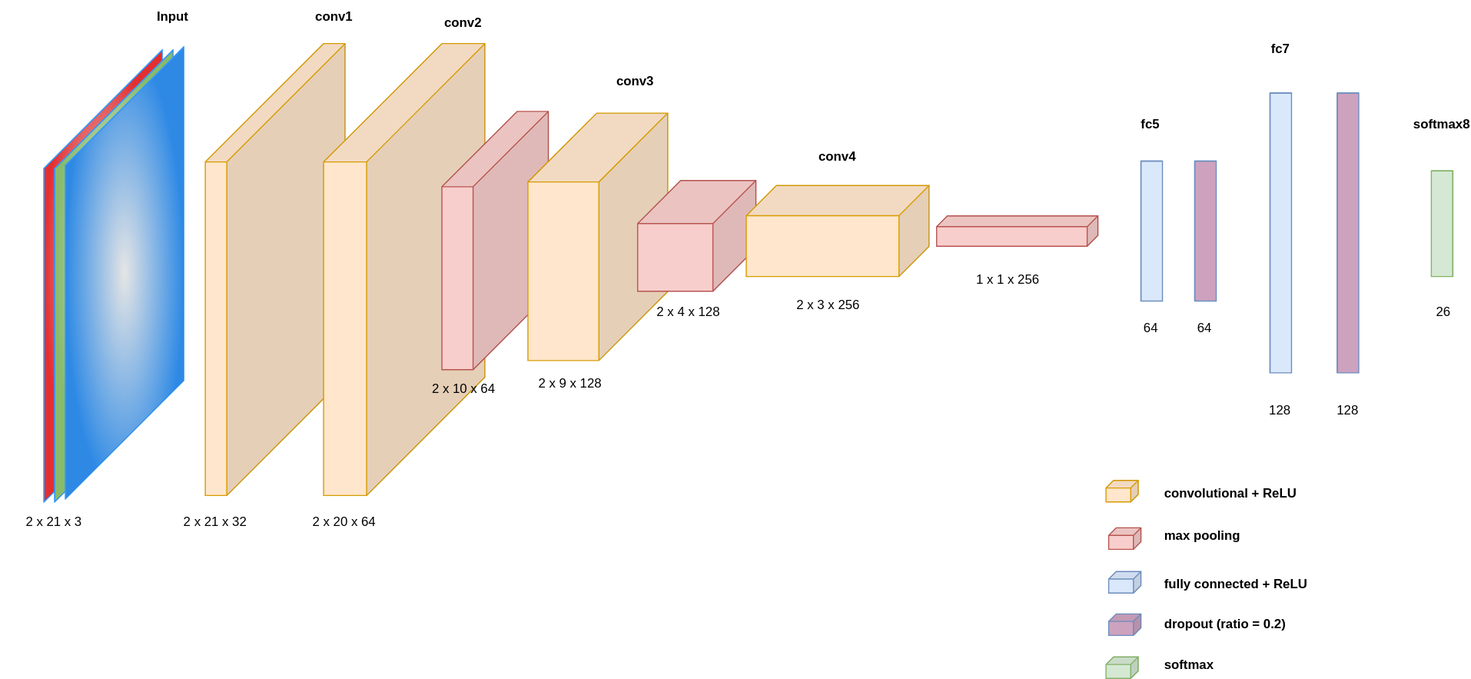
tiwarishubham635/Real-Time-Indian-Sign-Language-Recognition-and-Braille-Script-Translation keeps this draw.io diagram as architecture.svg. Above is the earlier version. Source tidied: cells renumbered, new cells last; positions are measured from the earlier drawing's top-left corner, leaving out a move shared by most shapes.
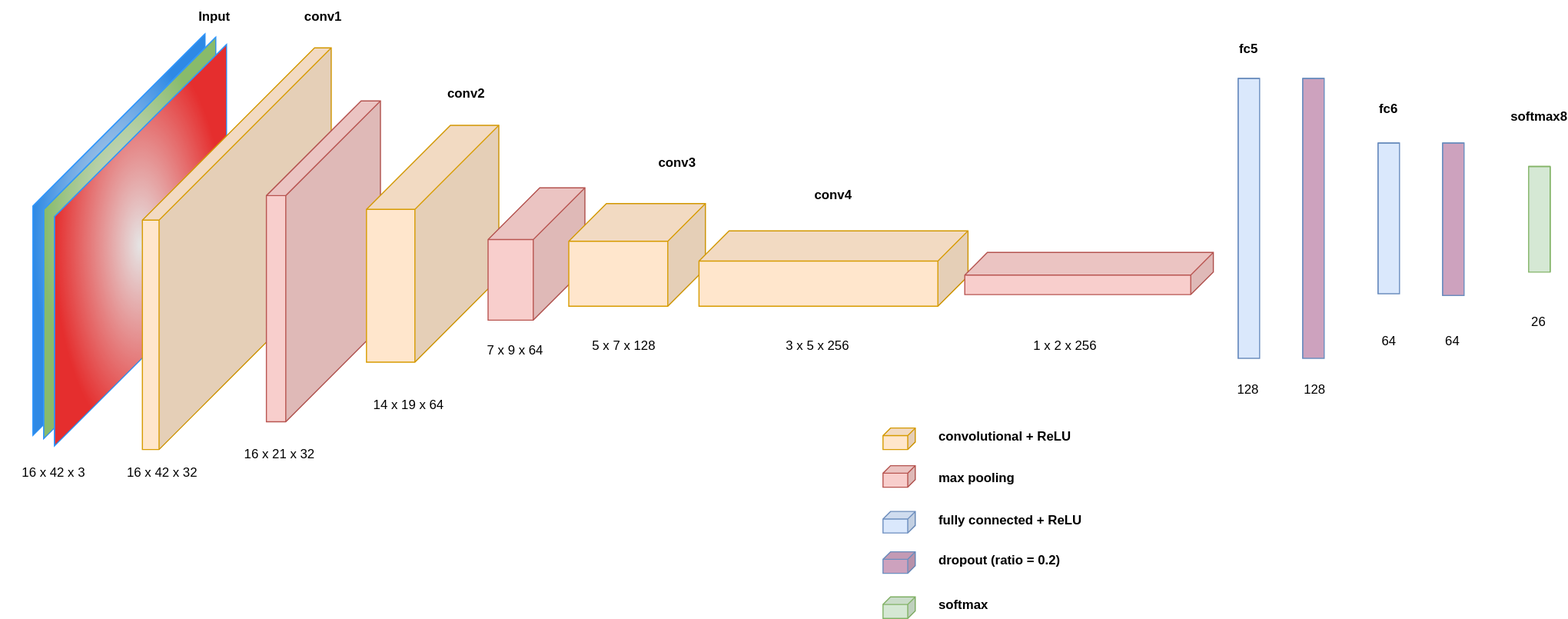
Above is the later version.

The edit, as a diff of the source:
```diff
@@ -4,94 +4,73 @@
     <mxCell id="1" parent="0" />
-    <mxCell id="2" style="shape=cube;whiteSpace=wrap;html=1;boundedLbl=1;backgroundOutline=1;darkOpacity=0.05;darkOpacity2=0.1;size=110;direction=east;flipH=1;fillColor=#ffe6cc;strokeColor=#d79b00;" parent="1" vertex="1">
-      <mxGeometry x="190" y="40" width="130" height="420" as="geometry" />
-    </mxCell>
-    <mxCell id="3" style="shape=cube;whiteSpace=wrap;html=1;boundedLbl=1;backgroundOutline=1;darkOpacity=0.05;darkOpacity2=0.1;size=110;direction=east;flipH=1;fillColor=#ffe6cc;strokeColor=#d79b00;" parent="1" vertex="1">
-      <mxGeometry x="300" y="40" width="150" height="420" as="geometry" />
-    </mxCell>
-    <mxCell id="4" style="shape=cube;whiteSpace=wrap;html=1;boundedLbl=1;backgroundOutline=1;darkOpacity=0.05;darkOpacity2=0.1;size=70;direction=east;flipH=1;fillColor=#f8cecc;strokeColor=#b85450;" parent="1" vertex="1">
-      <mxGeometry x="410" y="103.1" width="99" height="240" as="geometry" />
-    </mxCell>
-    <mxCell id="5" style="shape=cube;whiteSpace=wrap;html=1;boundedLbl=1;backgroundOutline=1;darkOpacity=0.05;darkOpacity2=0.1;size=64;direction=east;flipH=1;fillColor=#ffe6cc;strokeColor=#d79b00;" parent="1" vertex="1">
-      <mxGeometry x="490" y="104.6" width="130" height="229.9" as="geometry" />
-    </mxCell>
-    <mxCell id="6" style="shape=cube;whiteSpace=wrap;html=1;boundedLbl=1;backgroundOutline=1;darkOpacity=0.05;darkOpacity2=0.1;size=40;direction=east;flipH=1;fillColor=#f8cecc;strokeColor=#B85450;" parent="1" vertex="1">
-      <mxGeometry x="592" y="167.2" width="110" height="102.9" as="geometry" />
-    </mxCell>
-    <mxCell id="7" style="shape=cube;whiteSpace=wrap;html=1;boundedLbl=1;backgroundOutline=1;darkOpacity=0.05;darkOpacity2=0.1;size=28;direction=east;flipH=1;fillColor=#ffe6cc;strokeColor=#d79b00;" parent="1" vertex="1">
-      <mxGeometry x="693" y="171.9" width="170" height="84.6" as="geometry" />
-    </mxCell>
-    <mxCell id="8" style="shape=cube;whiteSpace=wrap;html=1;boundedLbl=1;backgroundOutline=1;darkOpacity=0.05;darkOpacity2=0.1;size=10;direction=east;flipH=1;fillColor=#F8CECC;strokeColor=#B85450;" parent="1" vertex="1">
-      <mxGeometry x="870" y="200.1" width="150" height="28.3" as="geometry" />
-    </mxCell>
     <mxCell id="9" style="shape=cube;whiteSpace=wrap;html=1;boundedLbl=1;backgroundOutline=1;darkOpacity=0.05;darkOpacity2=0.1;size=0;direction=south;flipH=1;fillColor=#dae8fc;strokeColor=#6c8ebf;" parent="1" vertex="1">
-      <mxGeometry x="1060" y="149.2" width="20" height="130" as="geometry" />
+      <mxGeometry x="1250" y="188.3" width="20" height="140" as="geometry" />
     </mxCell>
     <mxCell id="10" style="shape=cube;whiteSpace=wrap;html=1;boundedLbl=1;backgroundOutline=1;darkOpacity=0.05;darkOpacity2=0.1;size=7;direction=east;flipH=1;fillColor=#ffe6cc;strokeColor=#d79b00;" parent="1" vertex="1">
-      <mxGeometry x="1027.5" y="446" width="30" height="20" as="geometry" />
+      <mxGeometry x="790" y="453.1" width="30" height="20" as="geometry" />
     </mxCell>
     <mxCell id="11" style="shape=cube;whiteSpace=wrap;html=1;boundedLbl=1;backgroundOutline=1;darkOpacity=0.05;darkOpacity2=0.1;size=7;direction=east;flipH=1;fillColor=#f8cecc;strokeColor=#b85450;" parent="1" vertex="1">
-      <mxGeometry x="1030" y="490" width="30" height="20" as="geometry" />
+      <mxGeometry x="790" y="488.1" width="30" height="20" as="geometry" />
     </mxCell>
     <mxCell id="12" style="shape=cube;whiteSpace=wrap;html=1;boundedLbl=1;backgroundOutline=1;darkOpacity=0.05;darkOpacity2=0.1;size=7;direction=east;flipH=1;fillColor=#dae8fc;strokeColor=#6c8ebf;" parent="1" vertex="1">
-      <mxGeometry x="1030" y="530.6" width="30" height="20" as="geometry" />
+      <mxGeometry x="790" y="530.6" width="30" height="20" as="geometry" />
     </mxCell>
     <mxCell id="13" style="shape=cube;whiteSpace=wrap;html=1;boundedLbl=1;backgroundOutline=1;darkOpacity=0.05;darkOpacity2=0.1;size=0;direction=east;flipH=1;fillColor=#d5e8d4;strokeColor=#82b366;" parent="1" vertex="1">
-      <mxGeometry x="1330" y="158.3" width="20" height="98.2" as="geometry" />
+      <mxGeometry x="1390" y="210.1" width="20" height="98.2" as="geometry" />
     </mxCell>
     <mxCell id="14" style="shape=cube;whiteSpace=wrap;html=1;boundedLbl=1;backgroundOutline=1;darkOpacity=0.05;darkOpacity2=0.1;size=7;direction=east;flipH=1;fillColor=#d5e8d4;strokeColor=#82b366;" parent="1" vertex="1">
-      <mxGeometry x="1027.5" y="610" width="30" height="20" as="geometry" />
+      <mxGeometry x="790" y="610" width="30" height="20" as="geometry" />
     </mxCell>
     <mxCell id="15" value="&lt;b&gt;conv1&lt;/b&gt;" style="text;html=1;strokeColor=none;fillColor=none;align=center;verticalAlign=middle;whiteSpace=wrap;rounded=0;" parent="1" vertex="1">
-      <mxGeometry x="290" width="40" height="30" as="geometry" />
+      <mxGeometry x="250" y="56" width="40" height="30" as="geometry" />
     </mxCell>
     <mxCell id="16" value="&lt;b&gt;conv2&lt;/b&gt;" style="text;html=1;strokeColor=none;fillColor=none;align=center;verticalAlign=middle;whiteSpace=wrap;rounded=0;" parent="1" vertex="1">
-      <mxGeometry x="410" y="6" width="40" height="30" as="geometry" />
+      <mxGeometry x="383" y="128.3" width="40" height="30" as="geometry" />
     </mxCell>
     <mxCell id="17" value="&lt;b&gt;conv3&lt;/b&gt;" style="text;html=1;strokeColor=none;fillColor=none;align=center;verticalAlign=middle;whiteSpace=wrap;rounded=0;" parent="1" vertex="1">
-      <mxGeometry x="570" y="60" width="40" height="30" as="geometry" />
+      <mxGeometry x="579" y="192.4" width="40" height="30" as="geometry" />
     </mxCell>
     <mxCell id="18" value="&lt;b&gt;conv4&lt;/b&gt;" style="text;html=1;strokeColor=none;fillColor=none;align=center;verticalAlign=middle;whiteSpace=wrap;rounded=0;" parent="1" vertex="1">
-      <mxGeometry x="758" y="130" width="40" height="30" as="geometry" />
+      <mxGeometry x="724" y="222.4" width="40" height="30" as="geometry" />
     </mxCell>
     <mxCell id="19" value="&lt;b&gt;fc5&lt;/b&gt;" style="text;html=1;strokeColor=none;fillColor=none;align=center;verticalAlign=middle;whiteSpace=wrap;rounded=0;" parent="1" vertex="1">
-      <mxGeometry x="1048.8" y="100" width="40" height="30" as="geometry" />
+      <mxGeometry x="1110" y="86" width="40" height="30" as="geometry" />
     </mxCell>
-    <mxCell id="20" value="&lt;b&gt;fc7&lt;/b&gt;" style="text;html=1;strokeColor=none;fillColor=none;align=center;verticalAlign=middle;whiteSpace=wrap;rounded=0;" parent="1" vertex="1">
-      <mxGeometry x="1170" y="30" width="40" height="30" as="geometry" />
+    <mxCell id="20" value="&lt;b&gt;fc6&lt;/b&gt;" style="text;html=1;strokeColor=none;fillColor=none;align=center;verticalAlign=middle;whiteSpace=wrap;rounded=0;" parent="1" vertex="1">
+      <mxGeometry x="1240" y="141.9" width="40" height="30" as="geometry" />
     </mxCell>
-    <mxCell id="21" value="2 x 21 x 32" style="text;html=1;strokeColor=none;fillColor=none;align=center;verticalAlign=middle;whiteSpace=wrap;rounded=0;" parent="1" vertex="1">
-      <mxGeometry x="150" y="470" width="99" height="30" as="geometry" />
+    <mxCell id="21" value="16 x 42 x 32" style="text;html=1;strokeColor=none;fillColor=none;align=center;verticalAlign=middle;whiteSpace=wrap;rounded=0;" parent="1" vertex="1">
+      <mxGeometry x="71" y="480" width="99" height="30" as="geometry" />
     </mxCell>
-    <mxCell id="22" value="2 x 10 x 64" style="text;html=1;strokeColor=none;fillColor=none;align=center;verticalAlign=middle;whiteSpace=wrap;rounded=0;" parent="1" vertex="1">
-      <mxGeometry x="380.5" y="346" width="99" height="30" as="geometry" />
+    <mxCell id="22" value="14 x 19 x 64" style="text;html=1;strokeColor=none;fillColor=none;align=center;verticalAlign=middle;whiteSpace=wrap;rounded=0;" parent="1" vertex="1">
+      <mxGeometry x="300" y="417.3" width="99" height="30" as="geometry" />
     </mxCell>
     <mxCell id="23" value="convolutional + ReLU" style="text;html=1;strokeColor=none;fillColor=none;align=left;verticalAlign=middle;whiteSpace=wrap;rounded=0;fontStyle=1;" parent="1" vertex="1">
-      <mxGeometry x="1080" y="446.1" width="138" height="23.9" as="geometry" />
+      <mxGeometry x="840" y="449.2" width="138" height="23.9" as="geometry" />
     </mxCell>
     <mxCell id="24" value="max pooling" style="text;html=1;strokeColor=none;fillColor=none;align=left;verticalAlign=middle;whiteSpace=wrap;rounded=0;fontStyle=1;" parent="1" vertex="1">
-      <mxGeometry x="1080" y="486.1" width="138" height="23.9" as="geometry" />
+      <mxGeometry x="840" y="488.1" width="138" height="23.9" as="geometry" />
     </mxCell>
     <mxCell id="25" value="fully connected + ReLU" style="text;html=1;strokeColor=none;fillColor=none;align=left;verticalAlign=middle;whiteSpace=wrap;rounded=0;fontStyle=1;" parent="1" vertex="1">
-      <mxGeometry x="1080" y="530.6" width="138" height="23.9" as="geometry" />
+      <mxGeometry x="840" y="526.7" width="138" height="23.9" as="geometry" />
     </mxCell>
     <mxCell id="26" value="softmax" style="text;html=1;strokeColor=none;fillColor=none;align=left;verticalAlign=middle;whiteSpace=wrap;rounded=0;fontStyle=1;" parent="1" vertex="1">
-      <mxGeometry x="1080" y="606.1" width="138" height="23.9" as="geometry" />
+      <mxGeometry x="840" y="606.1" width="138" height="23.9" as="geometry" />
     </mxCell>
-    <mxCell id="27" value="2 x 20 x 64" style="text;html=1;strokeColor=none;fillColor=none;align=center;verticalAlign=middle;whiteSpace=wrap;rounded=0;" parent="1" vertex="1">
-      <mxGeometry x="270" y="470" width="99" height="30" as="geometry" />
+    <mxCell id="27" value="16 x 21 x 32" style="text;html=1;strokeColor=none;fillColor=none;align=center;verticalAlign=middle;whiteSpace=wrap;rounded=0;" parent="1" vertex="1">
+      <mxGeometry x="180" y="463.1" width="99" height="30" as="geometry" />
     </mxCell>
-    <mxCell id="28" value="2 x 9 x 128" style="text;html=1;strokeColor=none;fillColor=none;align=center;verticalAlign=middle;whiteSpace=wrap;rounded=0;" parent="1" vertex="1">
-      <mxGeometry x="479.5" y="341" width="99" height="30" as="geometry" />
+    <mxCell id="28" value="7 x 9 x 64" style="text;html=1;strokeColor=none;fillColor=none;align=center;verticalAlign=middle;whiteSpace=wrap;rounded=0;" parent="1" vertex="1">
+      <mxGeometry x="399" y="366" width="99" height="30" as="geometry" />
     </mxCell>
-    <mxCell id="29" value="2 x 4 x 128" style="text;html=1;strokeColor=none;fillColor=none;align=center;verticalAlign=middle;whiteSpace=wrap;rounded=0;" parent="1" vertex="1">
-      <mxGeometry x="590" y="274.6" width="99" height="30" as="geometry" />
+    <mxCell id="29" value="5 x 7 x 128" style="text;html=1;strokeColor=none;fillColor=none;align=center;verticalAlign=middle;whiteSpace=wrap;rounded=0;" parent="1" vertex="1">
+      <mxGeometry x="500" y="361.9" width="99" height="30" as="geometry" />
     </mxCell>
-    <mxCell id="30" value="2 x 3 x 256" style="text;html=1;strokeColor=none;fillColor=none;align=center;verticalAlign=middle;whiteSpace=wrap;rounded=0;" parent="1" vertex="1">
-      <mxGeometry x="720" y="268.3" width="99" height="30" as="geometry" />
+    <mxCell id="30" value="3 x 5 x 256" style="text;html=1;strokeColor=none;fillColor=none;align=center;verticalAlign=middle;whiteSpace=wrap;rounded=0;" parent="1" vertex="1">
+      <mxGeometry x="680" y="361.9" width="99" height="30" as="geometry" />
     </mxCell>
-    <mxCell id="31" value="1 x 1 x 256" style="text;html=1;strokeColor=none;fillColor=none;align=center;verticalAlign=middle;whiteSpace=wrap;rounded=0;" parent="1" vertex="1">
-      <mxGeometry x="886.5" y="244.6" width="99" height="30" as="geometry" />
+    <mxCell id="31" value="1 x 2 x 256" style="text;html=1;strokeColor=none;fillColor=none;align=center;verticalAlign=middle;whiteSpace=wrap;rounded=0;" parent="1" vertex="1">
+      <mxGeometry x="910" y="361.9" width="99" height="30" as="geometry" />
     </mxCell>
     <mxCell id="32" style="shape=cube;whiteSpace=wrap;html=1;boundedLbl=1;backgroundOutline=1;darkOpacity=0.05;darkOpacity2=0.1;size=0;direction=south;flipH=1;fillColor=#CDA2BE;strokeColor=#6c8ebf;fillStyle=solid;" parent="1" vertex="1">
-      <mxGeometry x="1110" y="149.2" width="20" height="130" as="geometry" />
+      <mxGeometry x="1310" y="188.3" width="20" height="141.7" as="geometry" />
     </mxCell>
@@ -101,43 +80,67 @@
     <mxCell id="34" value="64" style="text;html=1;strokeColor=none;fillColor=none;align=center;verticalAlign=middle;whiteSpace=wrap;rounded=0;" parent="1" vertex="1">
-      <mxGeometry x="1107.5" y="290" width="22.5" height="30" as="geometry" />
+      <mxGeometry x="1248.8" y="358.3" width="22.5" height="30" as="geometry" />
     </mxCell>
     <mxCell id="35" style="shape=cube;whiteSpace=wrap;html=1;boundedLbl=1;backgroundOutline=1;darkOpacity=0.05;darkOpacity2=0.1;size=0;direction=south;flipH=1;fillColor=#dae8fc;strokeColor=#6c8ebf;" parent="1" vertex="1">
-      <mxGeometry x="1180" y="86" width="20" height="260" as="geometry" />
+      <mxGeometry x="1120" y="128.3" width="20" height="260" as="geometry" />
     </mxCell>
     <mxCell id="36" style="shape=cube;whiteSpace=wrap;html=1;boundedLbl=1;backgroundOutline=1;darkOpacity=0.05;darkOpacity2=0.1;size=0;direction=south;flipH=1;fillColor=#CDA2BE;strokeColor=#6c8ebf;" parent="1" vertex="1">
-      <mxGeometry x="1242.5" y="86" width="20" height="260" as="geometry" />
+      <mxGeometry x="1180" y="128.3" width="20" height="260" as="geometry" />
     </mxCell>
     <mxCell id="37" value="128" style="text;html=1;strokeColor=none;fillColor=none;align=center;verticalAlign=middle;whiteSpace=wrap;rounded=0;" parent="1" vertex="1">
-      <mxGeometry x="1177.5" y="366" width="22.5" height="30" as="geometry" />
+      <mxGeometry x="1117.5" y="403.1" width="22.5" height="30" as="geometry" />
     </mxCell>
     <mxCell id="38" value="128" style="text;html=1;strokeColor=none;fillColor=none;align=center;verticalAlign=middle;whiteSpace=wrap;rounded=0;" parent="1" vertex="1">
-      <mxGeometry x="1241.2" y="366" width="22.5" height="30" as="geometry" />
+      <mxGeometry x="1180" y="403.1" width="22.5" height="30" as="geometry" />
     </mxCell>
     <mxCell id="39" value="26" style="text;html=1;strokeColor=none;fillColor=none;align=center;verticalAlign=middle;whiteSpace=wrap;rounded=0;" parent="1" vertex="1">
-      <mxGeometry x="1330" y="274.6" width="22.5" height="30" as="geometry" />
+      <mxGeometry x="1387.5" y="340" width="22.5" height="30" as="geometry" />
     </mxCell>
-    <mxCell id="40" style="shape=cube;whiteSpace=wrap;html=1;boundedLbl=1;backgroundOutline=1;darkOpacity=0.05;darkOpacity2=0.1;size=110;direction=east;flipH=1;fillColor=default;strokeColor=#3399FF;fillStyle=dots;gradientColor=#FF3333;gradientDirection=radial;" parent="1" vertex="1">
-      <mxGeometry x="40" y="46" width="110" height="420" as="geometry" />
-    </mxCell>
-    <mxCell id="41" style="shape=cube;whiteSpace=wrap;html=1;boundedLbl=1;backgroundOutline=1;darkOpacity=0.05;darkOpacity2=0.1;size=110;direction=east;flipH=1;fillColor=default;strokeColor=#3399FF;fillStyle=dots;gradientColor=#97D077;gradientDirection=radial;" parent="1" vertex="1">
-      <mxGeometry x="50" y="46" width="110" height="420" as="geometry" />
-    </mxCell>
-    <mxCell id="42" style="shape=cube;whiteSpace=wrap;html=1;boundedLbl=1;backgroundOutline=1;darkOpacity=0.05;darkOpacity2=0.1;size=110;direction=east;flipH=1;fillColor=default;strokeColor=#3399FF;fillStyle=dots;gradientColor=#3399FF;gradientDirection=radial;" parent="1" vertex="1">
-      <mxGeometry x="60" y="43.1" width="110" height="420" as="geometry" />
+    <mxCell id="42" style="shape=cube;whiteSpace=wrap;html=1;boundedLbl=1;backgroundOutline=1;darkOpacity=0.05;darkOpacity2=0.1;size=160;direction=east;flipH=1;fillColor=default;strokeColor=#3399FF;fillStyle=dots;gradientColor=#3399FF;gradientDirection=radial;" parent="1" vertex="1">
+      <mxGeometry y="86.9" width="160" height="373.1" as="geometry" />
     </mxCell>
-    <mxCell id="43" value="2 x 21 x 3" style="text;html=1;strokeColor=none;fillColor=none;align=center;verticalAlign=middle;whiteSpace=wrap;rounded=0;" parent="1" vertex="1">
-      <mxGeometry y="470" width="99" height="30" as="geometry" />
+    <mxCell id="43" value="16 x 42 x 3" style="text;html=1;strokeColor=none;fillColor=none;align=center;verticalAlign=middle;whiteSpace=wrap;rounded=0;" parent="1" vertex="1">
+      <mxGeometry x="-30" y="480" width="99" height="30" as="geometry" />
     </mxCell>
     <mxCell id="44" value="&lt;b&gt;Input&lt;/b&gt;" style="text;html=1;strokeColor=none;fillColor=none;align=center;verticalAlign=middle;whiteSpace=wrap;rounded=0;" parent="1" vertex="1">
-      <mxGeometry x="140" width="40" height="30" as="geometry" />
+      <mxGeometry x="149" y="56" width="40" height="30" as="geometry" />
     </mxCell>
     <mxCell id="45" style="shape=cube;whiteSpace=wrap;html=1;boundedLbl=1;backgroundOutline=1;darkOpacity=0.05;darkOpacity2=0.1;size=7;direction=east;flipH=1;fillColor=#CDA2BE;strokeColor=#6c8ebf;" parent="1" vertex="1">
-      <mxGeometry x="1030" y="570" width="30" height="20" as="geometry" />
+      <mxGeometry x="790" y="568.1" width="30" height="20" as="geometry" />
     </mxCell>
     <mxCell id="46" value="dropout (ratio = 0.2)" style="text;html=1;strokeColor=none;fillColor=none;align=left;verticalAlign=middle;whiteSpace=wrap;rounded=0;fontStyle=1;" parent="1" vertex="1">
-      <mxGeometry x="1080" y="568.1" width="138" height="23.9" as="geometry" />
+      <mxGeometry x="840" y="564.2" width="138" height="23.9" as="geometry" />
     </mxCell>
     <mxCell id="47" value="&lt;b&gt;softmax8&lt;/b&gt;" style="text;html=1;strokeColor=none;fillColor=none;align=center;verticalAlign=middle;whiteSpace=wrap;rounded=0;" parent="1" vertex="1">
-      <mxGeometry x="1320" y="100" width="40" height="30" as="geometry" />
+      <mxGeometry x="1380" y="149.2" width="40" height="30" as="geometry" />
     </mxCell>
+    <mxCell id="48" style="shape=cube;whiteSpace=wrap;html=1;boundedLbl=1;backgroundOutline=1;darkOpacity=0.05;darkOpacity2=0.1;size=160;direction=east;flipH=1;fillColor=default;strokeColor=#3399FF;fillStyle=dots;gradientColor=#97D077;gradientDirection=radial;" parent="1" vertex="1">
+      <mxGeometry x="10" y="90" width="160" height="373.1" as="geometry" />
+    </mxCell>
+    <mxCell id="49" style="shape=cube;whiteSpace=wrap;html=1;boundedLbl=1;backgroundOutline=1;darkOpacity=0.05;darkOpacity2=0.1;size=160;direction=east;flipH=1;fillColor=default;strokeColor=#3399FF;fillStyle=dots;gradientColor=#FF3333;gradientDirection=radial;" parent="1" vertex="1">
+      <mxGeometry x="20" y="96.7" width="160" height="373.1" as="geometry" />
+    </mxCell>
+    <mxCell id="50" style="shape=cube;whiteSpace=wrap;html=1;boundedLbl=1;backgroundOutline=1;darkOpacity=0.05;darkOpacity2=0.1;size=160;direction=east;flipH=1;fillColor=#FFE6CC;strokeColor=#D79B00;fillStyle=auto;gradientColor=none;gradientDirection=radial;" parent="1" vertex="1">
+      <mxGeometry x="101.8" y="100" width="175.5" height="373.1" as="geometry" />
+    </mxCell>
+    <mxCell id="4" style="shape=cube;whiteSpace=wrap;html=1;boundedLbl=1;backgroundOutline=1;darkOpacity=0.05;darkOpacity2=0.1;size=88;direction=east;flipH=1;fillColor=#f8cecc;strokeColor=#b85450;" parent="1" vertex="1">
+      <mxGeometry x="217" y="149.2" width="106" height="298.1" as="geometry" />
+    </mxCell>
+    <mxCell id="3" style="shape=cube;whiteSpace=wrap;html=1;boundedLbl=1;backgroundOutline=1;darkOpacity=0.05;darkOpacity2=0.1;size=78;direction=east;flipH=1;fillColor=#ffe6cc;strokeColor=#d79b00;" parent="1" vertex="1">
+      <mxGeometry x="310" y="171.9" width="123" height="220" as="geometry" />
+    </mxCell>
+    <mxCell id="6" style="shape=cube;whiteSpace=wrap;html=1;boundedLbl=1;backgroundOutline=1;darkOpacity=0.05;darkOpacity2=0.1;size=48;direction=east;flipH=1;fillColor=#f8cecc;strokeColor=#B85450;" parent="1" vertex="1">
+      <mxGeometry x="423" y="230" width="90" height="122.9" as="geometry" />
+    </mxCell>
+    <mxCell id="5" style="shape=cube;whiteSpace=wrap;html=1;boundedLbl=1;backgroundOutline=1;darkOpacity=0.05;darkOpacity2=0.1;size=35;direction=east;flipH=1;fillColor=#ffe6cc;strokeColor=#d79b00;" parent="1" vertex="1">
+      <mxGeometry x="498" y="244.6" width="127" height="95.4" as="geometry" />
+    </mxCell>
+    <mxCell id="7" style="shape=cube;whiteSpace=wrap;html=1;boundedLbl=1;backgroundOutline=1;darkOpacity=0.05;darkOpacity2=0.1;size=28;direction=east;flipH=1;fillColor=#ffe6cc;strokeColor=#d79b00;" parent="1" vertex="1">
+      <mxGeometry x="619" y="270" width="250" height="70" as="geometry" />
+    </mxCell>
+    <mxCell id="8" style="shape=cube;whiteSpace=wrap;html=1;boundedLbl=1;backgroundOutline=1;darkOpacity=0.05;darkOpacity2=0.1;size=21;direction=east;flipH=1;fillColor=#F8CECC;strokeColor=#B85450;" parent="1" vertex="1">
+      <mxGeometry x="866" y="290" width="231" height="39.1" as="geometry" />
+    </mxCell>
+    <mxCell id="51" value="64" style="text;html=1;strokeColor=none;fillColor=none;align=center;verticalAlign=middle;whiteSpace=wrap;rounded=0;" parent="1" vertex="1">
+      <mxGeometry x="1307.5" y="358.3" width="22.5" height="30" as="geometry" />
+    </mxCell>
   </root>
```
